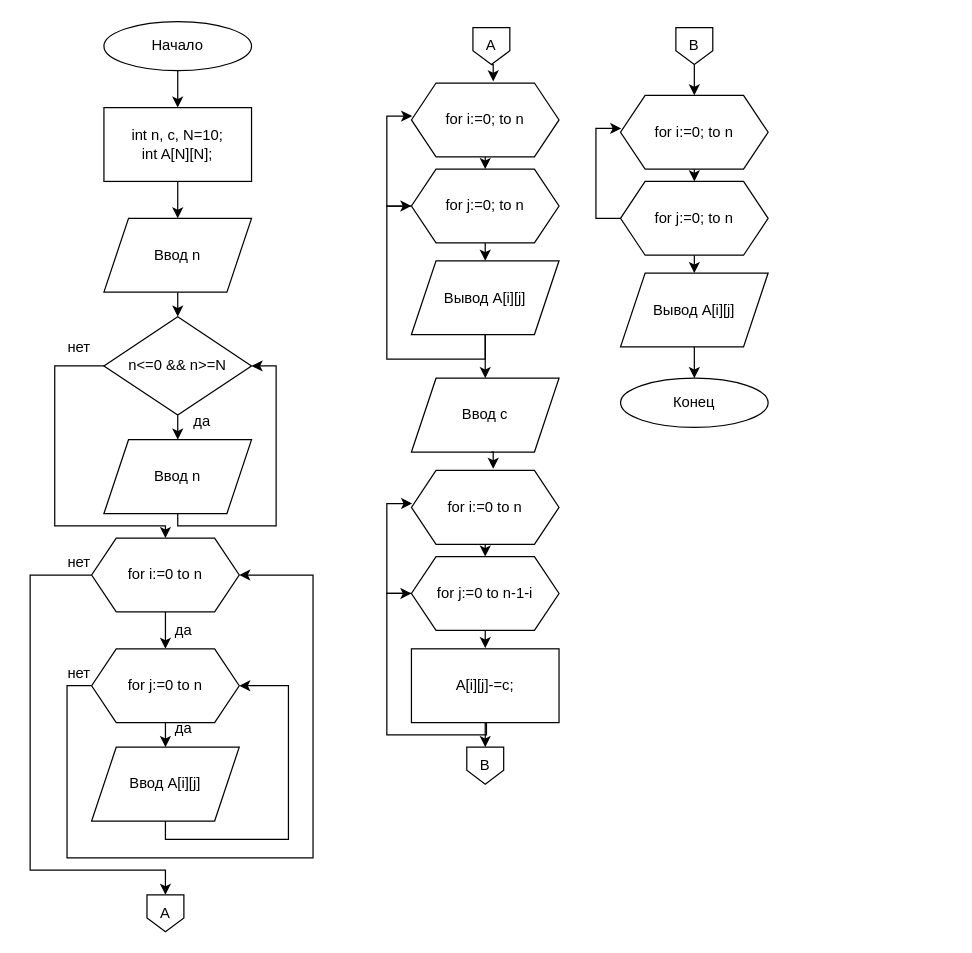
Earlier version of the draw.io diagram c-lessons/Лабораторная1_2семестр.drawio (lubarog13/codes). Source tidied: cells renumbered, new cells numbered last; positions are measured from the earlier drawing's top-left corner, leaving out a move shared by most shapes. Both pictures are drawn from the tidied source at 123%, with x=0, y=0 at pixel (30, 21).
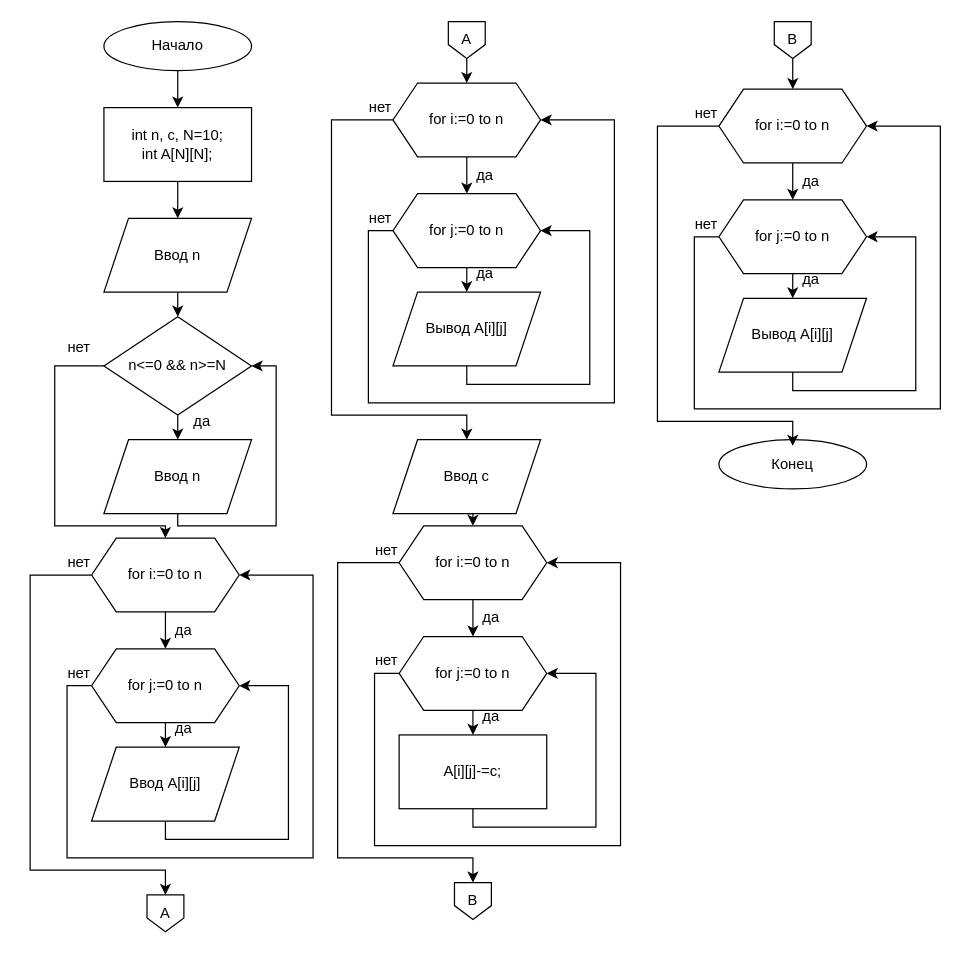
Above is the later version.

Change to the diagram source:
```diff
@@
+    <mxCell id="59" style="edgeStyle=orthogonalEdgeStyle;rounded=0;jettySize=auto;html=1;exitX=0.5;exitY=1;exitDx=0;exitDy=0;entryX=0.5;entryY=0;entryDx=0;entryDy=0;" parent="1" edge="1" source="13" target="75">
+      <mxGeometry relative="1" as="geometry" />
+    </mxCell>
     <mxCell id="13" value="Ввод с" style="shape=parallelogram;perimeter=parallelogramPerimeter;whiteSpace=wrap;html=1;fixedSize=1;" parent="1" vertex="1">
-      <mxGeometry x="310" y="290" width="120" height="60" as="geometry" />
+      <mxGeometry x="295" y="340" width="120" height="60" as="geometry" />
     </mxCell>
@@
-    <mxCell id="22" style="edgeStyle=orthogonalEdgeStyle;rounded=0;jettySize=auto;html=1;exitX=0.5;exitY=1;exitDx=0;exitDy=0;entryX=0.554;entryY=-0.022;entryDx=0;entryDy=0;entryPerimeter=0;" parent="1" edge="1" target="24">
-      <mxGeometry relative="1" as="geometry">
-        <mxPoint x="375" y="35" as="sourcePoint" />
-      </mxGeometry>
-    </mxCell>
-    <mxCell id="23" style="edgeStyle=orthogonalEdgeStyle;rounded=0;jettySize=auto;html=1;exitX=0.5;exitY=1;exitDx=0;exitDy=0;entryX=0.5;entryY=0;entryDx=0;entryDy=0;" parent="1" edge="1" source="24" target="27">
-      <mxGeometry relative="1" as="geometry" />
-    </mxCell>
-    <mxCell id="24" value="for i:=0; to n" style="shape=hexagon;perimeter=hexagonPerimeter2;whiteSpace=wrap;html=1;fixedSize=1;" parent="1" vertex="1">
-      <mxGeometry x="310" y="50" width="120" height="60" as="geometry" />
-    </mxCell>
-    <mxCell id="25" style="edgeStyle=orthogonalEdgeStyle;rounded=0;jettySize=auto;html=1;exitX=0.5;exitY=1;exitDx=0;exitDy=0;entryX=0.5;entryY=0;entryDx=0;entryDy=0;" parent="1" edge="1" source="27" target="30">
-      <mxGeometry relative="1" as="geometry" />
-    </mxCell>
-    <mxCell id="26" style="edgeStyle=orthogonalEdgeStyle;rounded=0;jettySize=auto;html=1;exitX=0;exitY=0.5;exitDx=0;exitDy=0;entryX=0.005;entryY=0.448;entryDx=0;entryDy=0;entryPerimeter=0;" parent="1" edge="1" source="27" target="24">
-      <mxGeometry relative="1" as="geometry" />
-    </mxCell>
-    <mxCell id="27" value="for j:=0; to n" style="shape=hexagon;perimeter=hexagonPerimeter2;whiteSpace=wrap;html=1;fixedSize=1;" parent="1" vertex="1">
-      <mxGeometry x="310" y="120" width="120" height="60" as="geometry" />
-    </mxCell>
-    <mxCell id="28" style="edgeStyle=orthogonalEdgeStyle;rounded=0;jettySize=auto;html=1;exitX=0.5;exitY=1;exitDx=0;exitDy=0;entryX=0;entryY=0.5;entryDx=0;entryDy=0;" parent="1" edge="1" source="30" target="27">
-      <mxGeometry relative="1" as="geometry" />
-    </mxCell>
-    <mxCell id="29" style="edgeStyle=orthogonalEdgeStyle;rounded=0;jettySize=auto;html=1;exitX=0.5;exitY=1;exitDx=0;exitDy=0;entryX=0.5;entryY=0;entryDx=0;entryDy=0;" parent="1" edge="1" source="30">
-      <mxGeometry relative="1" as="geometry">
-        <mxPoint x="370" y="290" as="targetPoint" />
-      </mxGeometry>
-    </mxCell>
-    <mxCell id="30" value="Вывод A[i][j]" style="shape=parallelogram;perimeter=parallelogramPerimeter;whiteSpace=wrap;html=1;fixedSize=1;" parent="1" vertex="1">
-      <mxGeometry x="310" y="194.5" width="120" height="60" as="geometry" />
-    </mxCell>
-    <mxCell id="31" style="edgeStyle=orthogonalEdgeStyle;rounded=0;jettySize=auto;html=1;exitX=0.5;exitY=1;exitDx=0;exitDy=0;entryX=0.554;entryY=-0.022;entryDx=0;entryDy=0;entryPerimeter=0;" parent="1" edge="1" target="33">
-      <mxGeometry relative="1" as="geometry">
-        <mxPoint x="375" y="350" as="sourcePoint" />
-      </mxGeometry>
-    </mxCell>
-    <mxCell id="32" style="edgeStyle=orthogonalEdgeStyle;rounded=0;jettySize=auto;html=1;exitX=0.5;exitY=1;exitDx=0;exitDy=0;entryX=0.5;entryY=0;entryDx=0;entryDy=0;" parent="1" edge="1" source="33" target="36">
-      <mxGeometry relative="1" as="geometry" />
-    </mxCell>
-    <mxCell id="33" value="for i:=0 to n" style="shape=hexagon;perimeter=hexagonPerimeter2;whiteSpace=wrap;html=1;fixedSize=1;" parent="1" vertex="1">
-      <mxGeometry x="310" y="365" width="120" height="60" as="geometry" />
-    </mxCell>
-    <mxCell id="34" style="edgeStyle=orthogonalEdgeStyle;rounded=0;jettySize=auto;html=1;exitX=0.5;exitY=1;exitDx=0;exitDy=0;entryX=0.5;entryY=0;entryDx=0;entryDy=0;" parent="1" edge="1" source="36">
-      <mxGeometry relative="1" as="geometry">
-        <mxPoint x="370" y="509.5" as="targetPoint" />
-      </mxGeometry>
-    </mxCell>
-    <mxCell id="35" style="edgeStyle=orthogonalEdgeStyle;rounded=0;jettySize=auto;html=1;exitX=0;exitY=0.5;exitDx=0;exitDy=0;entryX=0.005;entryY=0.448;entryDx=0;entryDy=0;entryPerimeter=0;" parent="1" edge="1" source="36" target="33">
-      <mxGeometry relative="1" as="geometry" />
-    </mxCell>
-    <mxCell id="36" value="for j:=0 to n-1-i" style="shape=hexagon;perimeter=hexagonPerimeter2;whiteSpace=wrap;html=1;fixedSize=1;" parent="1" vertex="1">
-      <mxGeometry x="310" y="435" width="120" height="60" as="geometry" />
-    </mxCell>
-    <mxCell id="37" style="edgeStyle=orthogonalEdgeStyle;rounded=0;jettySize=auto;html=1;exitX=0.5;exitY=1;exitDx=0;exitDy=0;entryX=0;entryY=0.5;entryDx=0;entryDy=0;" parent="1" edge="1" target="36">
-      <mxGeometry relative="1" as="geometry">
-        <mxPoint x="370" y="569.5" as="sourcePoint" />
-        <Array as="points">
-          <mxPoint x="371" y="570" />
-          <mxPoint x="371" y="580" />
-          <mxPoint x="290" y="580" />
-          <mxPoint x="290" y="465" />
-        </Array>
-      </mxGeometry>
-    </mxCell>
-    <mxCell id="38" style="edgeStyle=orthogonalEdgeStyle;rounded=0;jettySize=auto;html=1;exitX=0.5;exitY=1;exitDx=0;exitDy=0;entryX=0.5;entryY=0;entryDx=0;entryDy=0;" parent="1" edge="1" source="39">
-      <mxGeometry relative="1" as="geometry">
-        <mxPoint x="370" y="590" as="targetPoint" />
-      </mxGeometry>
-    </mxCell>
     <mxCell id="39" value="A[i][j]-=c;" style="rounded=0;whiteSpace=wrap;html=1;" parent="1" vertex="1">
-      <mxGeometry x="310" y="510" width="120" height="60" as="geometry" />
+      <mxGeometry x="300" y="580" width="120" height="60" as="geometry" />
     </mxCell>
-    <mxCell id="40" style="edgeStyle=orthogonalEdgeStyle;rounded=0;jettySize=auto;html=1;exitX=0.5;exitY=1;exitDx=0;exitDy=0;entryX=0.5;entryY=0;entryDx=0;entryDy=0;" parent="1" edge="1" target="42">
+    <mxCell id="40" style="edgeStyle=orthogonalEdgeStyle;rounded=0;orthogonalLoop=1;jettySize=auto;html=1;exitX=0.5;exitY=1;exitDx=0;exitDy=0;entryX=0.5;entryY=0;entryDx=0;entryDy=0;" parent="1" edge="1">
       <mxGeometry relative="1" as="geometry">
-        <mxPoint x="540" y="35" as="sourcePoint" />
+        <mxPoint x="620" y="30" as="sourcePoint" />
+        <mxPoint x="620" y="55" as="targetPoint" />
       </mxGeometry>
     </mxCell>
-    <mxCell id="41" style="edgeStyle=orthogonalEdgeStyle;rounded=0;jettySize=auto;html=1;exitX=0.5;exitY=1;exitDx=0;exitDy=0;entryX=0.5;entryY=0;entryDx=0;entryDy=0;" parent="1" edge="1" source="42" target="45">
-      <mxGeometry relative="1" as="geometry" />
-    </mxCell>
-    <mxCell id="42" value="for i:=0; to n" style="shape=hexagon;perimeter=hexagonPerimeter2;whiteSpace=wrap;html=1;fixedSize=1;" parent="1" vertex="1">
-      <mxGeometry x="480" y="60" width="120" height="60" as="geometry" />
-    </mxCell>
-    <mxCell id="43" style="edgeStyle=orthogonalEdgeStyle;rounded=0;jettySize=auto;html=1;exitX=0.5;exitY=1;exitDx=0;exitDy=0;entryX=0.5;entryY=0;entryDx=0;entryDy=0;" parent="1" edge="1" source="45" target="47">
-      <mxGeometry relative="1" as="geometry" />
-    </mxCell>
-    <mxCell id="44" style="edgeStyle=orthogonalEdgeStyle;rounded=0;jettySize=auto;html=1;exitX=0;exitY=0.5;exitDx=0;exitDy=0;entryX=0.005;entryY=0.448;entryDx=0;entryDy=0;entryPerimeter=0;" parent="1" edge="1" source="45" target="42">
-      <mxGeometry relative="1" as="geometry" />
-    </mxCell>
-    <mxCell id="45" value="for j:=0; to n" style="shape=hexagon;perimeter=hexagonPerimeter2;whiteSpace=wrap;html=1;fixedSize=1;" parent="1" vertex="1">
-      <mxGeometry x="480" y="130" width="120" height="60" as="geometry" />
-    </mxCell>
-    <mxCell id="46" style="edgeStyle=orthogonalEdgeStyle;rounded=0;jettySize=auto;html=1;exitX=0.5;exitY=1;exitDx=0;exitDy=0;entryX=0.5;entryY=0;entryDx=0;entryDy=0;" parent="1" edge="1" source="47" target="48">
-      <mxGeometry relative="1" as="geometry" />
-    </mxCell>
-    <mxCell id="47" value="Вывод A[i][j]" style="shape=parallelogram;perimeter=parallelogramPerimeter;whiteSpace=wrap;html=1;fixedSize=1;" parent="1" vertex="1">
-      <mxGeometry x="480" y="204.5" width="120" height="60" as="geometry" />
-    </mxCell>
     <mxCell id="48" value="Конец" style="ellipse;whiteSpace=wrap;html=1;" parent="1" vertex="1">
-      <mxGeometry x="480" y="290" width="120" height="40" as="geometry" />
+      <mxGeometry x="560" y="340" width="120" height="40" as="geometry" />
     </mxCell>
@@
+    <mxCell id="60" style="edgeStyle=orthogonalEdgeStyle;rounded=0;jettySize=auto;html=1;exitX=0.5;exitY=1;exitDx=0;exitDy=0;entryX=0.5;entryY=0;entryDx=0;entryDy=0;" parent="1" edge="1" source="50" target="63">
+      <mxGeometry relative="1" as="geometry" />
+    </mxCell>
     <mxCell id="50" value="А" style="shape=offPageConnector;whiteSpace=wrap;html=1;" parent="1" vertex="1">
-      <mxGeometry x="360" y="5" width="30" height="30" as="geometry" />
+      <mxGeometry x="340" width="30" height="30" as="geometry" />
     </mxCell>
     <mxCell id="51" value="B" style="shape=offPageConnector;whiteSpace=wrap;html=1;" parent="1" vertex="1">
-      <mxGeometry x="355" y="590" width="30" height="30" as="geometry" />
+      <mxGeometry x="345" y="700" width="30" height="30" as="geometry" />
     </mxCell>
     <mxCell id="52" value="B" style="shape=offPageConnector;whiteSpace=wrap;html=1;" parent="1" vertex="1">
-      <mxGeometry x="525" y="5" width="30" height="30" as="geometry" />
+      <mxGeometry x="605" width="30" height="30" as="geometry" />
     </mxCell>
@@
+    <mxCell id="61" style="edgeStyle=orthogonalEdgeStyle;rounded=0;jettySize=auto;html=1;exitX=0.5;exitY=1;exitDx=0;exitDy=0;entryX=0.5;entryY=0;entryDx=0;entryDy=0;" parent="1" edge="1" source="63" target="66">
+      <mxGeometry relative="1" as="geometry" />
+    </mxCell>
+    <mxCell id="62" style="edgeStyle=orthogonalEdgeStyle;rounded=0;jettySize=auto;html=1;exitX=0;exitY=0.5;exitDx=0;exitDy=0;" parent="1" edge="1" source="63">
+      <mxGeometry relative="1" as="geometry">
+        <mxPoint x="355" y="340" as="targetPoint" />
+        <Array as="points">
+          <mxPoint x="245" y="80" />
+          <mxPoint x="245" y="320" />
+          <mxPoint x="355" y="320" />
+        </Array>
+      </mxGeometry>
+    </mxCell>
+    <mxCell id="63" value="for i:=0 to n" style="shape=hexagon;perimeter=hexagonPerimeter2;whiteSpace=wrap;html=1;fixedSize=1;" parent="1" vertex="1">
+      <mxGeometry x="295" y="50" width="120" height="60" as="geometry" />
+    </mxCell>
+    <mxCell id="64" style="edgeStyle=orthogonalEdgeStyle;rounded=0;jettySize=auto;html=1;exitX=0.5;exitY=1;exitDx=0;exitDy=0;entryX=0.5;entryY=0;entryDx=0;entryDy=0;" parent="1" edge="1" source="66" target="68">
+      <mxGeometry relative="1" as="geometry" />
+    </mxCell>
+    <mxCell id="65" style="edgeStyle=orthogonalEdgeStyle;rounded=0;jettySize=auto;html=1;exitX=0;exitY=0.5;exitDx=0;exitDy=0;entryX=1;entryY=0.5;entryDx=0;entryDy=0;" parent="1" edge="1" source="66" target="63">
+      <mxGeometry relative="1" as="geometry">
+        <Array as="points">
+          <mxPoint x="275" y="170" />
+          <mxPoint x="275" y="310" />
+          <mxPoint x="475" y="310" />
+          <mxPoint x="475" y="80" />
+        </Array>
+      </mxGeometry>
+    </mxCell>
+    <mxCell id="66" value="for j:=0 to n" style="shape=hexagon;perimeter=hexagonPerimeter2;whiteSpace=wrap;html=1;fixedSize=1;" parent="1" vertex="1">
+      <mxGeometry x="295" y="140" width="120" height="60" as="geometry" />
+    </mxCell>
+    <mxCell id="67" style="edgeStyle=orthogonalEdgeStyle;rounded=0;jettySize=auto;html=1;exitX=0.5;exitY=1;exitDx=0;exitDy=0;entryX=1;entryY=0.5;entryDx=0;entryDy=0;" parent="1" edge="1" source="68" target="66">
+      <mxGeometry relative="1" as="geometry">
+        <Array as="points">
+          <mxPoint x="355" y="295" />
+          <mxPoint x="455" y="295" />
+          <mxPoint x="455" y="170" />
+        </Array>
+      </mxGeometry>
+    </mxCell>
+    <mxCell id="68" value="Вывод A[i][j]" style="shape=parallelogram;perimeter=parallelogramPerimeter;whiteSpace=wrap;html=1;fixedSize=1;" parent="1" vertex="1">
+      <mxGeometry x="295" y="220" width="120" height="60" as="geometry" />
+    </mxCell>
+    <mxCell id="69" value="нет" style="text;html=1;strokeColor=none;fillColor=none;align=center;verticalAlign=middle;whiteSpace=wrap;rounded=0;" parent="1" vertex="1">
+      <mxGeometry x="255" y="55" width="60" height="30" as="geometry" />
+    </mxCell>
+    <mxCell id="70" value="да" style="text;html=1;strokeColor=none;fillColor=none;align=center;verticalAlign=middle;whiteSpace=wrap;rounded=0;" parent="1" vertex="1">
+      <mxGeometry x="340" y="110" width="60" height="30" as="geometry" />
+    </mxCell>
+    <mxCell id="71" value="да" style="text;html=1;strokeColor=none;fillColor=none;align=center;verticalAlign=middle;whiteSpace=wrap;rounded=0;" parent="1" vertex="1">
+      <mxGeometry x="340" y="190" width="60" height="30" as="geometry" />
+    </mxCell>
+    <mxCell id="72" value="нет" style="text;html=1;strokeColor=none;fillColor=none;align=center;verticalAlign=middle;whiteSpace=wrap;rounded=0;" parent="1" vertex="1">
+      <mxGeometry x="255" y="145" width="60" height="30" as="geometry" />
+    </mxCell>
+    <mxCell id="73" style="edgeStyle=orthogonalEdgeStyle;rounded=0;jettySize=auto;html=1;exitX=0.5;exitY=1;exitDx=0;exitDy=0;entryX=0.5;entryY=0;entryDx=0;entryDy=0;" parent="1" edge="1" source="75" target="78">
+      <mxGeometry relative="1" as="geometry" />
+    </mxCell>
+    <mxCell id="74" style="edgeStyle=orthogonalEdgeStyle;rounded=0;jettySize=auto;html=1;exitX=0;exitY=0.5;exitDx=0;exitDy=0;" parent="1" edge="1" source="75">
+      <mxGeometry relative="1" as="geometry">
+        <mxPoint x="360" y="700" as="targetPoint" />
+        <Array as="points">
+          <mxPoint x="250" y="440" />
+          <mxPoint x="250" y="680" />
+          <mxPoint x="360" y="680" />
+        </Array>
+      </mxGeometry>
+    </mxCell>
+    <mxCell id="75" value="for i:=0 to n" style="shape=hexagon;perimeter=hexagonPerimeter2;whiteSpace=wrap;html=1;fixedSize=1;" parent="1" vertex="1">
+      <mxGeometry x="300" y="410" width="120" height="60" as="geometry" />
+    </mxCell>
+    <mxCell id="76" style="edgeStyle=orthogonalEdgeStyle;rounded=0;jettySize=auto;html=1;exitX=0.5;exitY=1;exitDx=0;exitDy=0;entryX=0.5;entryY=0;entryDx=0;entryDy=0;" parent="1" edge="1" source="78">
+      <mxGeometry relative="1" as="geometry">
+        <mxPoint x="360" y="580" as="targetPoint" />
+      </mxGeometry>
+    </mxCell>
+    <mxCell id="77" style="edgeStyle=orthogonalEdgeStyle;rounded=0;jettySize=auto;html=1;exitX=0;exitY=0.5;exitDx=0;exitDy=0;entryX=1;entryY=0.5;entryDx=0;entryDy=0;" parent="1" edge="1" source="78" target="75">
+      <mxGeometry relative="1" as="geometry">
+        <Array as="points">
+          <mxPoint x="280" y="530" />
+          <mxPoint x="280" y="670" />
+          <mxPoint x="480" y="670" />
+          <mxPoint x="480" y="440" />
+        </Array>
+      </mxGeometry>
+    </mxCell>
+    <mxCell id="78" value="for j:=0 to n" style="shape=hexagon;perimeter=hexagonPerimeter2;whiteSpace=wrap;html=1;fixedSize=1;" parent="1" vertex="1">
+      <mxGeometry x="300" y="500" width="120" height="60" as="geometry" />
+    </mxCell>
+    <mxCell id="79" style="edgeStyle=orthogonalEdgeStyle;rounded=0;jettySize=auto;html=1;exitX=0.5;exitY=1;exitDx=0;exitDy=0;entryX=1;entryY=0.5;entryDx=0;entryDy=0;" parent="1" edge="1" target="78">
+      <mxGeometry relative="1" as="geometry">
+        <mxPoint x="360" y="640" as="sourcePoint" />
+        <Array as="points">
+          <mxPoint x="360" y="655" />
+          <mxPoint x="460" y="655" />
+          <mxPoint x="460" y="530" />
+        </Array>
+      </mxGeometry>
+    </mxCell>
+    <mxCell id="80" value="нет" style="text;html=1;strokeColor=none;fillColor=none;align=center;verticalAlign=middle;whiteSpace=wrap;rounded=0;" parent="1" vertex="1">
+      <mxGeometry x="260" y="415" width="60" height="30" as="geometry" />
+    </mxCell>
+    <mxCell id="81" value="да" style="text;html=1;strokeColor=none;fillColor=none;align=center;verticalAlign=middle;whiteSpace=wrap;rounded=0;" parent="1" vertex="1">
+      <mxGeometry x="345" y="470" width="60" height="30" as="geometry" />
+    </mxCell>
+    <mxCell id="82" value="да" style="text;html=1;strokeColor=none;fillColor=none;align=center;verticalAlign=middle;whiteSpace=wrap;rounded=0;" parent="1" vertex="1">
+      <mxGeometry x="345" y="550" width="60" height="30" as="geometry" />
+    </mxCell>
+    <mxCell id="83" value="нет" style="text;html=1;strokeColor=none;fillColor=none;align=center;verticalAlign=middle;whiteSpace=wrap;rounded=0;" parent="1" vertex="1">
+      <mxGeometry x="260" y="505" width="60" height="30" as="geometry" />
+    </mxCell>
+    <mxCell id="84" style="edgeStyle=orthogonalEdgeStyle;rounded=0;jettySize=auto;html=1;exitX=0.5;exitY=1;exitDx=0;exitDy=0;entryX=0.5;entryY=0;entryDx=0;entryDy=0;" parent="1" edge="1" source="86" target="89">
+      <mxGeometry relative="1" as="geometry" />
+    </mxCell>
+    <mxCell id="85" style="edgeStyle=orthogonalEdgeStyle;rounded=0;jettySize=auto;html=1;exitX=0;exitY=0.5;exitDx=0;exitDy=0;" parent="1" edge="1" source="86">
+      <mxGeometry relative="1" as="geometry">
+        <mxPoint x="620" y="345" as="targetPoint" />
+        <Array as="points">
+          <mxPoint x="510" y="85" />
+          <mxPoint x="510" y="325" />
+          <mxPoint x="620" y="325" />
+        </Array>
+      </mxGeometry>
+    </mxCell>
+    <mxCell id="86" value="for i:=0 to n" style="shape=hexagon;perimeter=hexagonPerimeter2;whiteSpace=wrap;html=1;fixedSize=1;" parent="1" vertex="1">
+      <mxGeometry x="560" y="55" width="120" height="60" as="geometry" />
+    </mxCell>
+    <mxCell id="87" style="edgeStyle=orthogonalEdgeStyle;rounded=0;jettySize=auto;html=1;exitX=0.5;exitY=1;exitDx=0;exitDy=0;entryX=0.5;entryY=0;entryDx=0;entryDy=0;" parent="1" edge="1" source="89" target="91">
+      <mxGeometry relative="1" as="geometry" />
+    </mxCell>
+    <mxCell id="88" style="edgeStyle=orthogonalEdgeStyle;rounded=0;jettySize=auto;html=1;exitX=0;exitY=0.5;exitDx=0;exitDy=0;entryX=1;entryY=0.5;entryDx=0;entryDy=0;" parent="1" edge="1" source="89" target="86">
+      <mxGeometry relative="1" as="geometry">
+        <Array as="points">
+          <mxPoint x="540" y="175" />
+          <mxPoint x="540" y="315" />
+          <mxPoint x="740" y="315" />
+          <mxPoint x="740" y="85" />
+        </Array>
+      </mxGeometry>
+    </mxCell>
+    <mxCell id="89" value="for j:=0 to n" style="shape=hexagon;perimeter=hexagonPerimeter2;whiteSpace=wrap;html=1;fixedSize=1;" parent="1" vertex="1">
+      <mxGeometry x="560" y="145" width="120" height="60" as="geometry" />
+    </mxCell>
+    <mxCell id="90" style="edgeStyle=orthogonalEdgeStyle;rounded=0;jettySize=auto;html=1;exitX=0.5;exitY=1;exitDx=0;exitDy=0;entryX=1;entryY=0.5;entryDx=0;entryDy=0;" parent="1" edge="1" source="91" target="89">
+      <mxGeometry relative="1" as="geometry">
+        <Array as="points">
+          <mxPoint x="620" y="300" />
+          <mxPoint x="720" y="300" />
+          <mxPoint x="720" y="175" />
+        </Array>
+      </mxGeometry>
+    </mxCell>
+    <mxCell id="91" value="Вывод A[i][j]" style="shape=parallelogram;perimeter=parallelogramPerimeter;whiteSpace=wrap;html=1;fixedSize=1;" parent="1" vertex="1">
+      <mxGeometry x="560" y="225" width="120" height="60" as="geometry" />
+    </mxCell>
+    <mxCell id="92" value="нет" style="text;html=1;strokeColor=none;fillColor=none;align=center;verticalAlign=middle;whiteSpace=wrap;rounded=0;" parent="1" vertex="1">
+      <mxGeometry x="520" y="60" width="60" height="30" as="geometry" />
+    </mxCell>
+    <mxCell id="93" value="да" style="text;html=1;strokeColor=none;fillColor=none;align=center;verticalAlign=middle;whiteSpace=wrap;rounded=0;" parent="1" vertex="1">
+      <mxGeometry x="605" y="115" width="60" height="30" as="geometry" />
+    </mxCell>
+    <mxCell id="94" value="да" style="text;html=1;strokeColor=none;fillColor=none;align=center;verticalAlign=middle;whiteSpace=wrap;rounded=0;" parent="1" vertex="1">
+      <mxGeometry x="605" y="195" width="60" height="30" as="geometry" />
+    </mxCell>
+    <mxCell id="95" value="нет" style="text;html=1;strokeColor=none;fillColor=none;align=center;verticalAlign=middle;whiteSpace=wrap;rounded=0;" parent="1" vertex="1">
+      <mxGeometry x="520" y="150" width="60" height="30" as="geometry" />
+    </mxCell>
```
